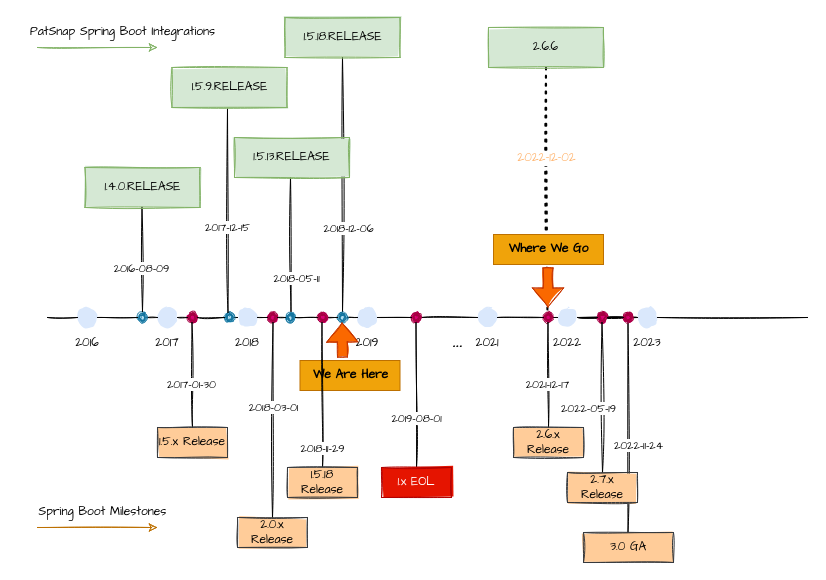
The draw.io diagram Spring timeline.drawio in yindongjun/gangzhang.github.io, before the edit. Source tidied: cells renumbered, new cells numbered last; positions are measured from the earlier drawing's top-left corner, leaving out a move shared by most shapes. Both pictures are drawn from the tidied source at 100%, with x=0, y=0 at pixel (17, 17).
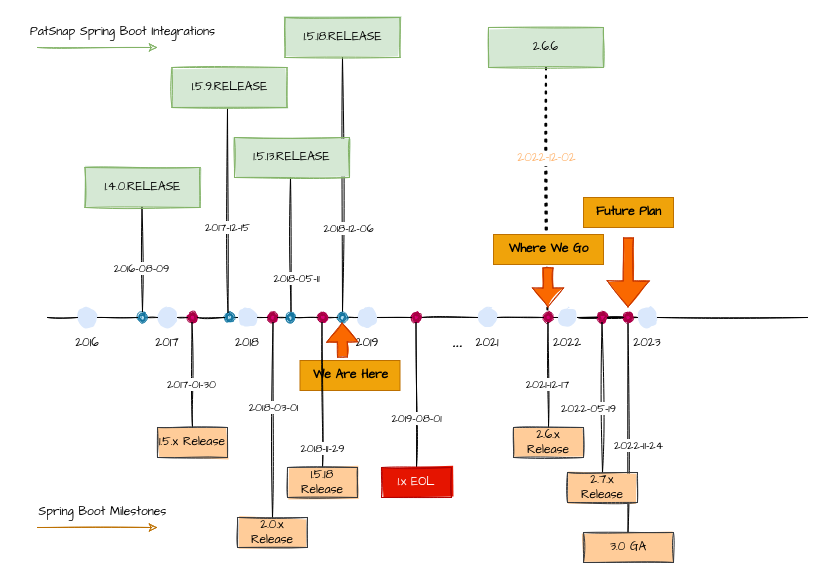
The same diagram, later.

Change to the diagram source:
```diff
@@
+    <mxCell id="93" style="shape=flexArrow;endArrow=classic;html=1;rounded=0;sketch=1;fontFamily=Comic Sans MS;fontSize=12;fontColor=#FFB570;fillColor=#fa6800;strokeColor=#C73500;fillStyle=solid;endWidth=31;endSize=8.38;" parent="1" edge="1">
+      <mxGeometry relative="1" as="geometry">
+        <mxPoint x="611" y="220" as="sourcePoint" />
+        <mxPoint x="610.5" y="290" as="targetPoint" />
+      </mxGeometry>
+    </mxCell>
+    <mxCell id="94" value="&lt;b&gt;Future Plan&lt;/b&gt;" style="text;html=1;align=center;verticalAlign=middle;strokeColor=#BD7000;fillColor=#f0a30a;fontSize=12;fontFamily=Comic Sans MS;fontColor=#000000;" parent="1" vertex="1">
+      <mxGeometry x="566" y="180" width="90" height="30" as="geometry" />
+    </mxCell>
```
